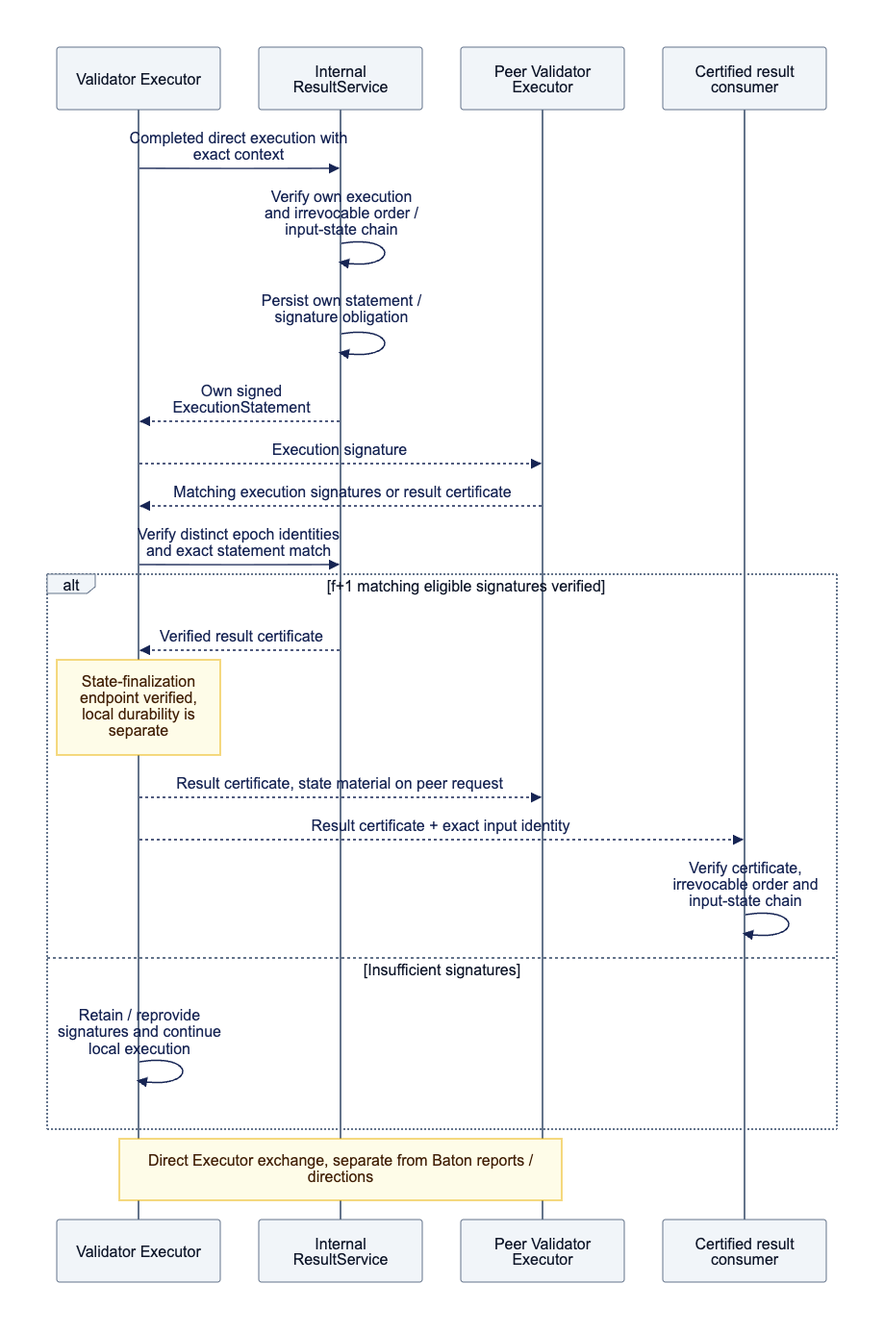
djm07073/baton-research keeps this Mermaid diagram as docs/assets/diagrams/diagram-11.png. Above is the earlier version. Its source is kept beside it as docs/assets/diagrams/diagram-11.mmd.
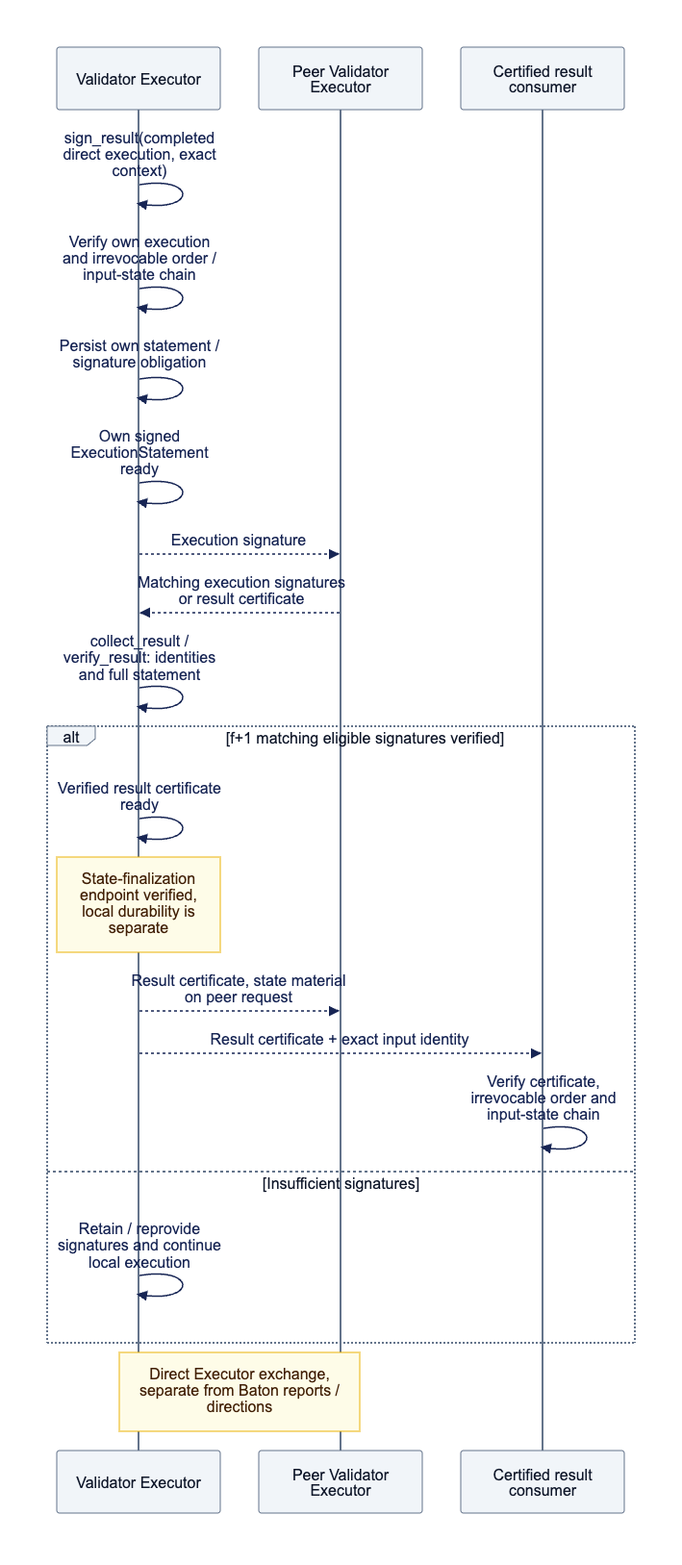
Later version of the same file.

What changed in the source:
```diff
@@ -1,17 +1,16 @@
 sequenceDiagram
     participant E as Validator Executor
-    participant S as Internal ResultService
     participant P as Peer Validator Executor
     participant R as Certified result consumer
-    E->>S: Completed direct execution with exact context
-    S->>S: Verify own execution and irrevocable order / input-state chain
-    S->>S: Persist own statement / signature obligation
-    S-->>E: Own signed ExecutionStatement
+    E->>E: sign_result(completed direct execution, exact context)
+    E->>E: Verify own execution and irrevocable order / input-state chain
+    E->>E: Persist own statement / signature obligation
+    E->>E: Own signed ExecutionStatement ready
     E-->>P: Execution signature
     P-->>E: Matching execution signatures or result certificate
-    E->>S: Verify distinct epoch identities and exact statement match
+    E->>E: collect_result / verify_result: identities and full statement
     alt f+1 matching eligible signatures verified
-        S-->>E: Verified result certificate
+        E->>E: Verified result certificate ready
         Note over E: State-finalization endpoint verified, local durability is separate
         E-->>P: Result certificate, state material on peer request
         E-->>R: Result certificate + exact input identity
```
